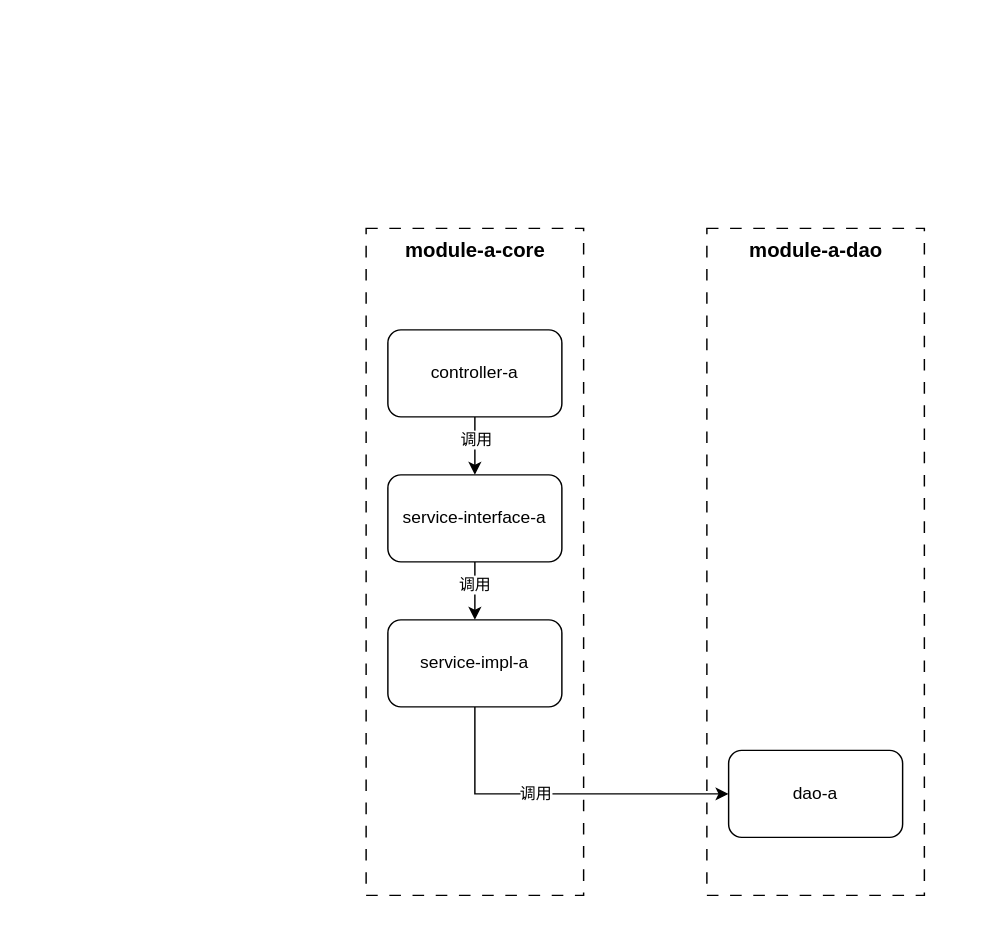
The draw.io diagram 服务模块设计/单体项目分层设计（无内部扩展接口）-单项目案例版.drawio in codeyunze/drawio, before the edit. Source tidied: cells renumbered, new cells numbered last; positions are measured from the earlier drawing's top-left corner, leaving out a move shared by most shapes. Both pictures are drawn from the tidied source at 145%, with x=0, y=0 at pixel (365, 228).
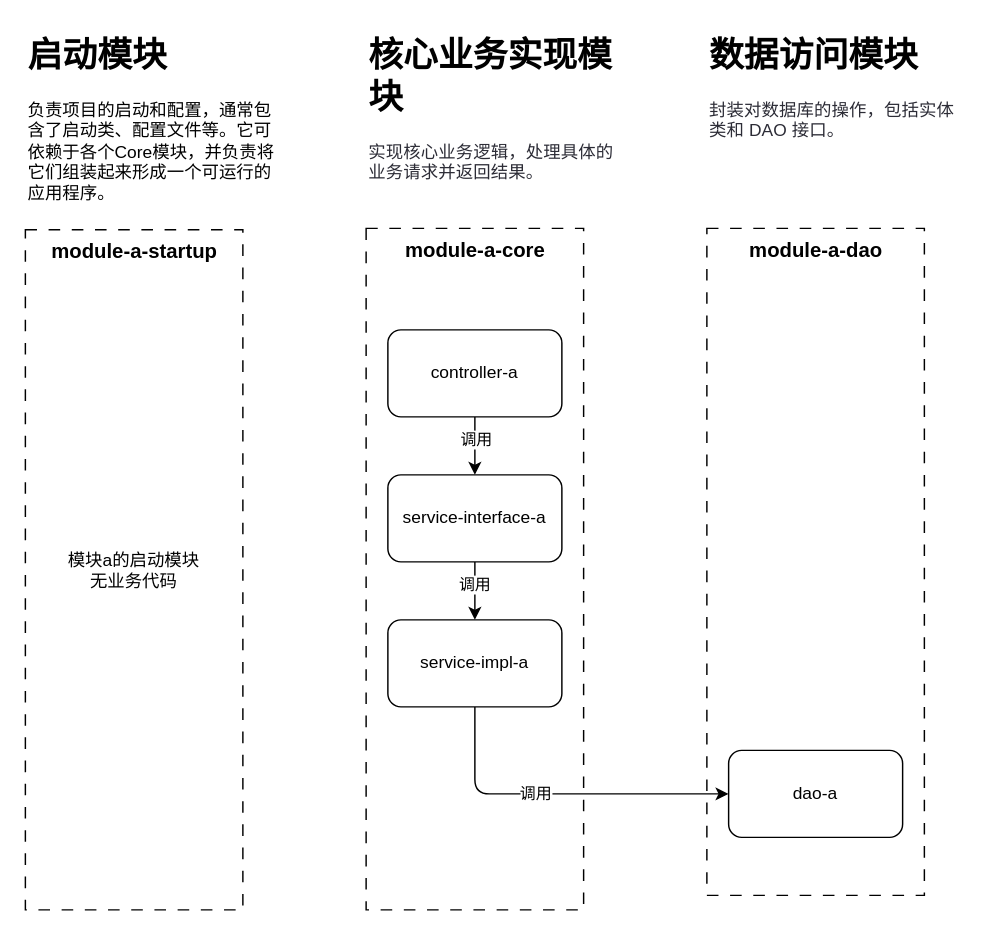
The same diagram, later.

Commit message:
更新单体项目分层设计（无内部扩展接口）-单项目案例版.drawio

Unchanged cells that the change refers to:
```xml
<mxCell id="12" value="&lt;span style=&quot;background-color: transparent; color: light-dark(rgb(0, 0, 0), rgb(255, 255, 255));&quot;&gt;service-impl-a&lt;/span&gt;" style="rounded=1;whiteSpace=wrap;html=1;" parent="1" vertex="1">
  <mxGeometry x="15" y="270" width="120" height="60" as="geometry" />
</mxCell>
<mxCell id="14" value="&lt;span style=&quot;background-color: transparent; color: light-dark(rgb(0, 0, 0), rgb(255, 255, 255));&quot;&gt;dao-a&lt;/span&gt;" style="rounded=1;whiteSpace=wrap;html=1;" parent="1" vertex="1">
  <mxGeometry x="250" y="360" width="120" height="60" as="geometry" />
</mxCell>
```

The edit, as a diff of the source:
```diff
@@
     <mxCell id="3" style="rounded=0;whiteSpace=wrap;html=1;dashed=1;dashPattern=8 8;" parent="1" vertex="1">
-      <mxGeometry width="150" height="460" as="geometry" />
+      <mxGeometry width="150" height="470" as="geometry" />
     </mxCell>
@@
-    <mxCell id="10" style="edgeStyle=orthogonalEdgeStyle;rounded=0;jettySize=auto;html=1;exitX=0.5;exitY=1;exitDx=0;exitDy=0;entryX=0;entryY=0.5;entryDx=0;entryDy=0;" parent="1" edge="1" source="12" target="14">
+    <mxCell id="10" style="edgeStyle=orthogonalEdgeStyle;rounded=1;jettySize=auto;html=1;exitX=0.5;exitY=1;exitDx=0;exitDy=0;entryX=0;entryY=0.5;entryDx=0;entryDy=0;curved=0;" parent="1" edge="1" source="12" target="14">
       <mxGeometry relative="1" as="geometry" />
     </mxCell>
@@
+    <mxCell id="16" value="模块a的启动模块&lt;div&gt;无业务代码&lt;/div&gt;" style="rounded=0;whiteSpace=wrap;html=1;dashed=1;dashPattern=8 8;" parent="1" vertex="1">
+      <mxGeometry x="-235" y="1" width="150" height="469" as="geometry" />
+    </mxCell>
+    <mxCell id="17" value="&lt;b&gt;&lt;font style=&quot;font-size: 14px;&quot;&gt;module-a-startup&lt;/font&gt;&lt;/b&gt;" style="text;html=1;align=center;verticalAlign=middle;whiteSpace=wrap;rounded=0;" parent="1" vertex="1">
+      <mxGeometry x="-226.2" y="1" width="132.5" height="30" as="geometry" />
+    </mxCell>
+    <mxCell id="18" value="&lt;h1 style=&quot;margin-top: 0px;&quot;&gt;启动模块&lt;/h1&gt;&lt;p&gt;&lt;span style=&quot;text-align: center; background-color: transparent; color: light-dark(rgb(0, 0, 0), rgb(255, 255, 255));&quot;&gt;负责项目的启动和配置，通常包含了启动类、配置文件等。它可依赖于各个Core模块，并负责将它们组装起来形成一个可运行的应用程序。&lt;/span&gt;&lt;/p&gt;" style="text;html=1;whiteSpace=wrap;overflow=hidden;rounded=0;" parent="1" vertex="1">
+      <mxGeometry x="-235" y="-140" width="180" height="120" as="geometry" />
+    </mxCell>
+    <mxCell id="19" value="&lt;h1 style=&quot;margin-top: 0px;&quot;&gt;核心业务实现模块&lt;/h1&gt;&lt;p&gt;&lt;span style=&quot;background-color: rgb(255, 255, 255); color: rgb(44, 44, 54); letter-spacing: 0.064px;&quot;&gt;&lt;font face=&quot;Helvetica&quot; style=&quot;font-size: 12px;&quot;&gt;实现核心业务逻辑，处理具体的业务请求并返回结果。&lt;/font&gt;&lt;/span&gt;&lt;/p&gt;" style="text;html=1;whiteSpace=wrap;overflow=hidden;rounded=0;" parent="1" vertex="1">
+      <mxGeometry y="-140" width="180" height="120" as="geometry" />
+    </mxCell>
+    <mxCell id="20" value="&lt;h1 style=&quot;margin-top: 0px;&quot;&gt;数据访问模块&lt;/h1&gt;&lt;p&gt;&lt;span style=&quot;background-color: rgb(255, 255, 255); color: rgb(44, 44, 54); letter-spacing: 0.064px;&quot;&gt;&lt;font face=&quot;Helvetica&quot; style=&quot;font-size: 12px;&quot;&gt;封装对数据库的操作，包括实体类和 DAO 接口。&lt;/font&gt;&lt;/span&gt;&lt;/p&gt;" style="text;html=1;whiteSpace=wrap;overflow=hidden;rounded=0;" parent="1" vertex="1">
+      <mxGeometry x="235" y="-140" width="180" height="120" as="geometry" />
+    </mxCell>
```
